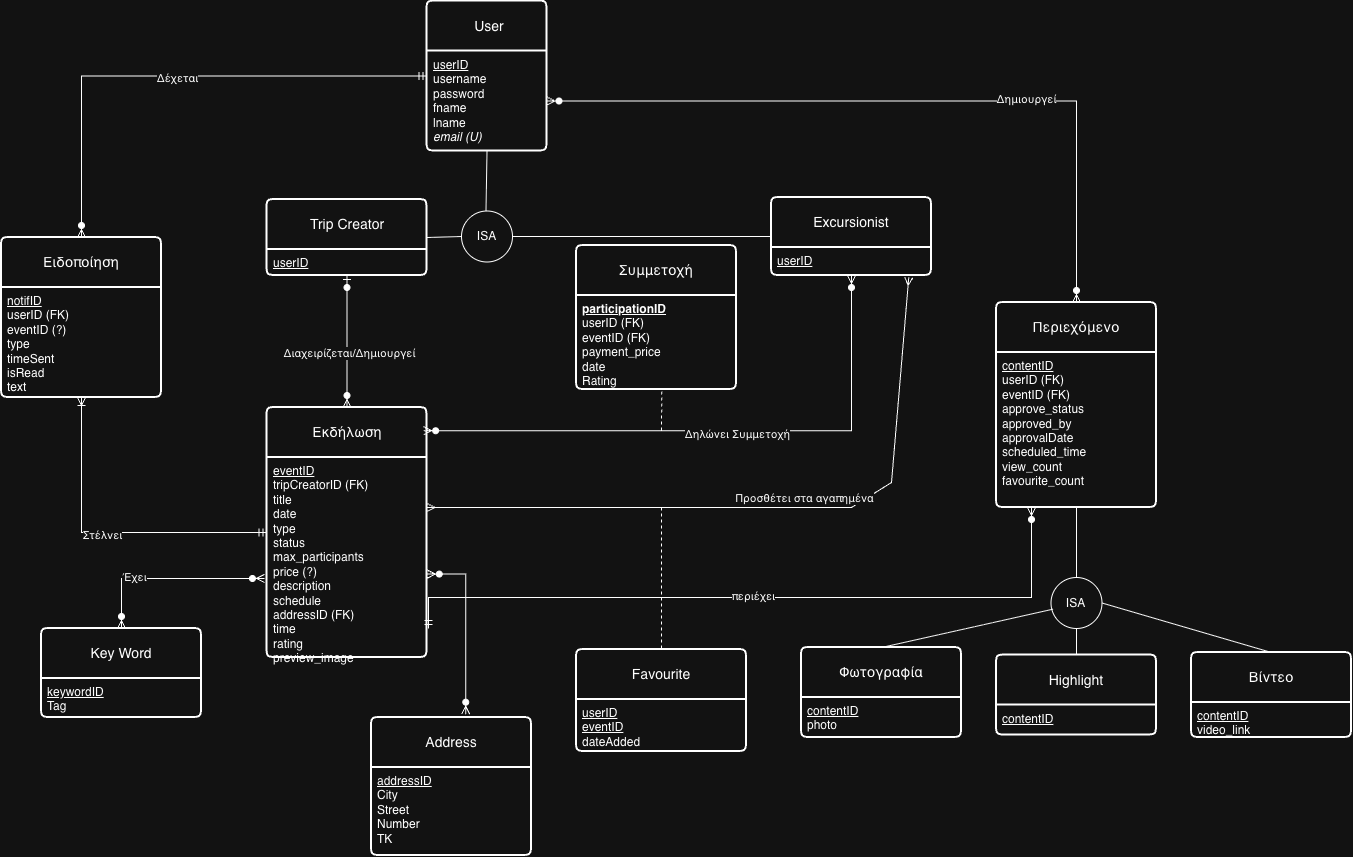
Above: diagrams/DB/ER.png in SpyrosSiachamis/Travel-Platform-Project (draw.io), before the change. Source tidied: cells renumbered, new cells last; positions are measured from the earlier drawing's top-left corner, leaving out a move shared by most shapes.
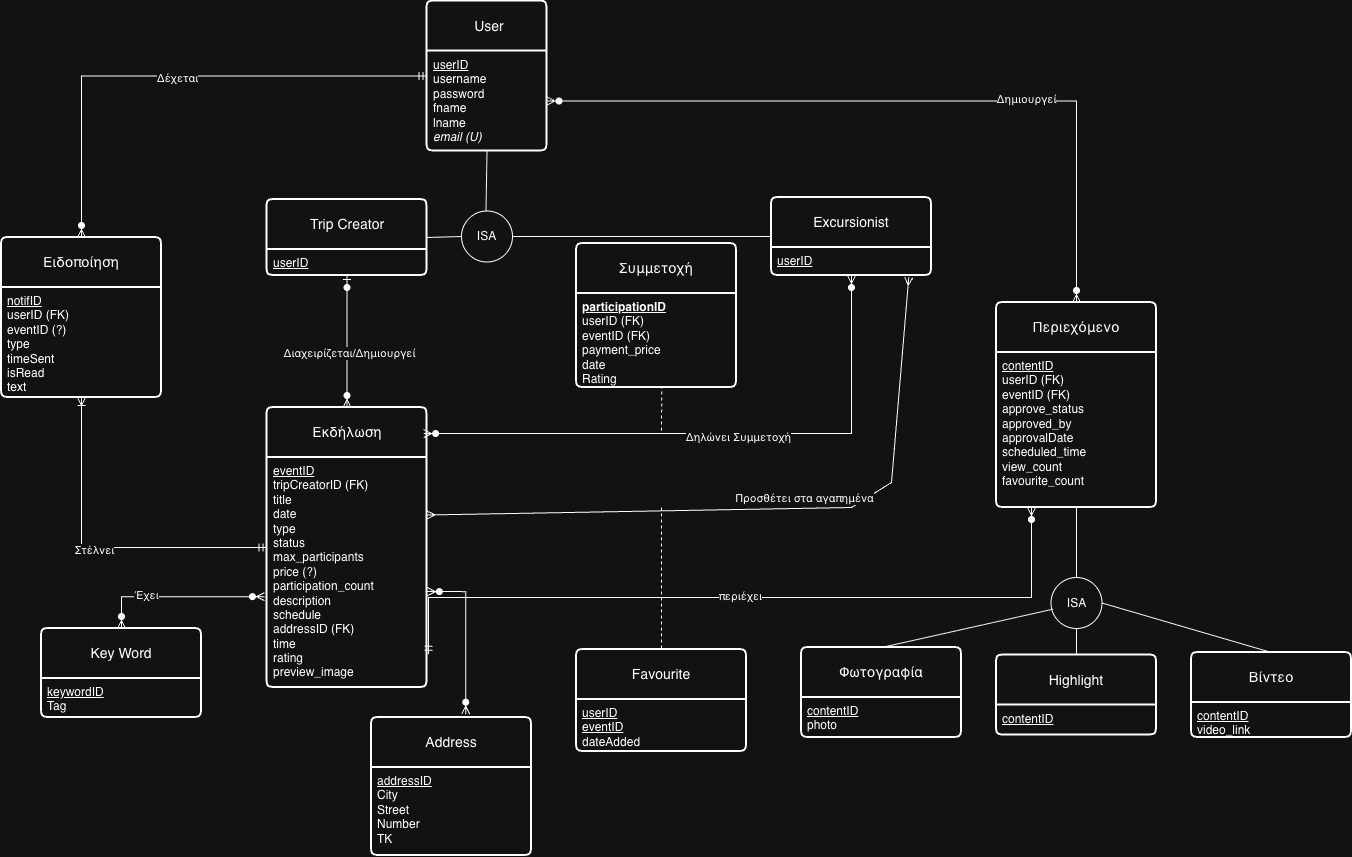
Later version of the same file.

Commit message:
Added participation count to events over content and added changes to report and diagrams

Diff of the diagram source:
```diff
@@ -41,10 +41,10 @@
       <mxGeometry x="0.18" y="2" relative="1" as="geometry" />
     </mxCell>
     <mxCell id="14" value="Εκδήλωση" style="swimlane;horizontal=1;startSize=50;rounded=1;fontSize=14;fontStyle=0;strokeWidth=2;shadow=0;dashed=0;align=center;arcSize=4;whiteSpace=wrap;html=1;" parent="1" vertex="1">
-      <mxGeometry x="265.5" y="406" width="160" height="250" as="geometry" />
+      <mxGeometry x="265.5" y="406" width="160" height="280" as="geometry" />
     </mxCell>
-    <mxCell id="15" value="&lt;u&gt;eventID&lt;/u&gt;&lt;div&gt;tripCreatorID (FK)&lt;br&gt;title&lt;br&gt;date&lt;div&gt;type&lt;/div&gt;&lt;div&gt;status&lt;/div&gt;&lt;div&gt;max_participants&lt;/div&gt;&lt;div&gt;price (?)&lt;/div&gt;&lt;div&gt;description&lt;/div&gt;&lt;div&gt;schedule&lt;/div&gt;&lt;div&gt;addressID (FK)&lt;/div&gt;&lt;div&gt;time&lt;/div&gt;&lt;div&gt;rating&lt;/div&gt;&lt;div&gt;preview_image&lt;/div&gt;&lt;/div&gt;" style="align=left;strokeColor=none;fillColor=none;spacingLeft=4;spacingRight=4;fontSize=12;verticalAlign=top;html=1;whiteSpace=wrap;" parent="14" vertex="1">
-      <mxGeometry y="50" width="160" height="200" as="geometry" />
+    <mxCell id="15" value="&lt;u&gt;eventID&lt;/u&gt;&lt;div&gt;tripCreatorID (FK)&lt;br&gt;title&lt;br&gt;date&lt;div&gt;type&lt;/div&gt;&lt;div&gt;status&lt;/div&gt;&lt;div&gt;max_participants&lt;/div&gt;&lt;div&gt;price (?)&lt;/div&gt;&lt;div&gt;participation_count&lt;/div&gt;&lt;div&gt;description&lt;/div&gt;&lt;div&gt;schedule&lt;/div&gt;&lt;div&gt;addressID (FK)&lt;/div&gt;&lt;div&gt;time&lt;/div&gt;&lt;div&gt;rating&lt;/div&gt;&lt;div&gt;preview_image&lt;/div&gt;&lt;/div&gt;" style="align=left;strokeColor=none;fillColor=none;spacingLeft=4;spacingRight=4;fontSize=12;verticalAlign=top;html=1;whiteSpace=wrap;" parent="14" vertex="1">
+      <mxGeometry y="50" width="160" height="230" as="geometry" />
     </mxCell>
     <mxCell id="16" style="fontSize=12;html=1;endArrow=ERzeroToMany;endFill=1;startArrow=ERzeroToMany;rounded=0;entryX=0.5;entryY=1;entryDx=0;entryDy=0;exitX=0.979;exitY=0.093;exitDx=0;exitDy=0;exitPerimeter=0;edgeStyle=orthogonalEdgeStyle;" parent="1" edge="1" source="14" target="11">
       <mxGeometry relative="1" as="geometry" />
@@ -154,7 +154,7 @@
       <mxGeometry relative="1" as="geometry" />
     </mxCell>
     <mxCell id="50" value="Συμμετοχή" style="swimlane;horizontal=1;startSize=50;rounded=1;fontSize=14;fontStyle=0;strokeWidth=2;shadow=0;dashed=0;align=center;arcSize=4;whiteSpace=wrap;html=1;" parent="1" vertex="1">
-      <mxGeometry x="575" y="244" width="160" height="144" as="geometry" />
+      <mxGeometry x="575" y="242" width="160" height="144" as="geometry" />
     </mxCell>
     <mxCell id="51" value="&lt;b&gt;&lt;u&gt;participationID&lt;/u&gt;&lt;/b&gt;&lt;br&gt;userID (FK)&lt;div&gt;eventID (FK)&lt;/div&gt;&lt;div&gt;payment_price&lt;/div&gt;&lt;div&gt;date&lt;/div&gt;&lt;div&gt;Rating&lt;br&gt;&lt;/div&gt;" style="align=left;strokeColor=none;fillColor=none;spacingLeft=4;spacingRight=4;fontSize=12;verticalAlign=top;html=1;whiteSpace=wrap;" parent="50" vertex="1">
       <mxGeometry y="50" width="160" height="94" as="geometry" />
```
